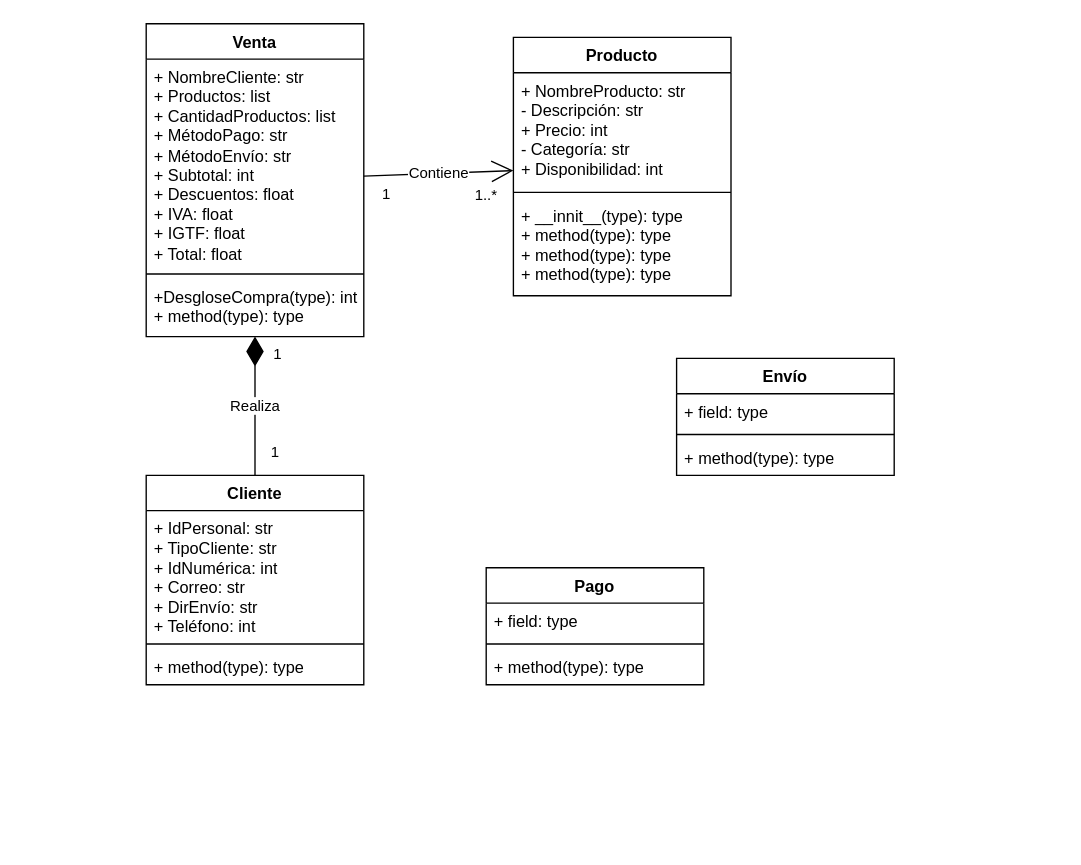
Miguiiii/Clases-AyP keeps this draw.io diagram as Proyecto/ProyectoAyP.drawio. Above is the earlier version. Source tidied: cells renumbered, new cells numbered last; positions are measured from the earlier drawing's top-left corner, leaving out a move shared by most shapes. Both pictures are drawn from the tidied source at 136%, with x=0, y=0 at pixel (146, 23).
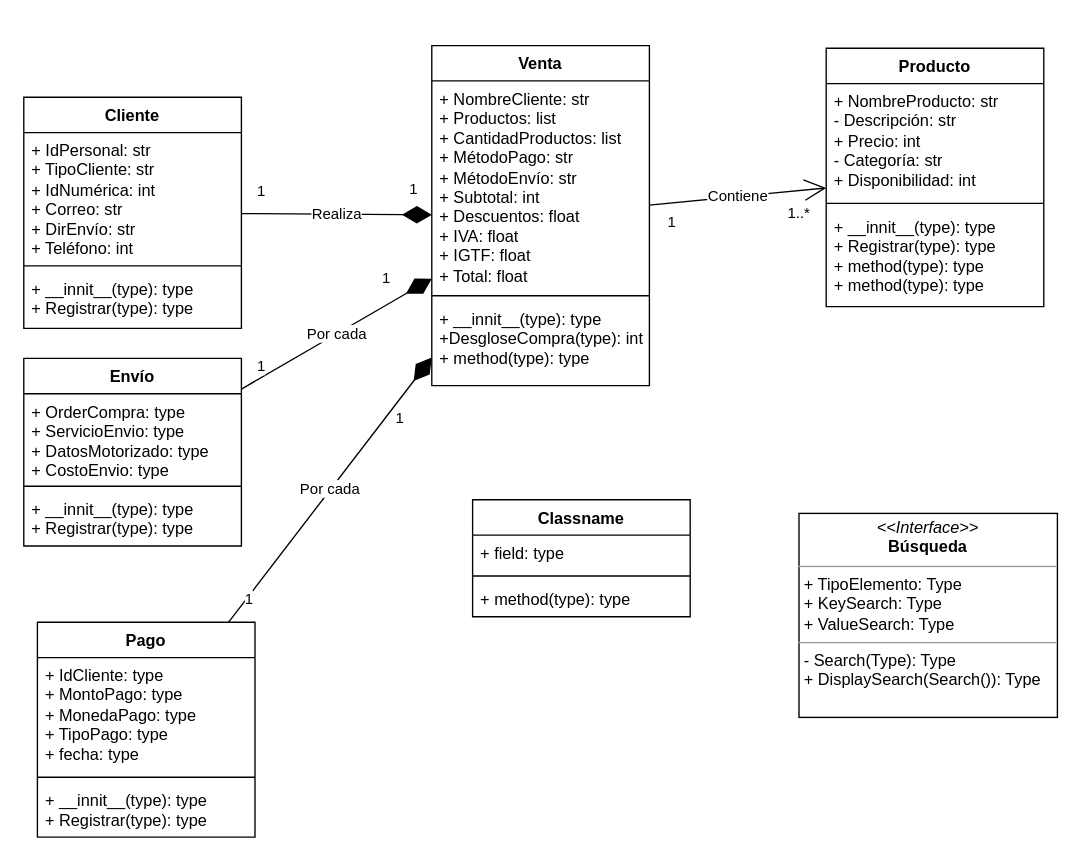
After the change.

The change refers to these unchanged cells:
```xml
<mxCell id="22" value="Contiene" style="endArrow=none;html=1;endSize=12;startArrow=open;startSize=14;startFill=0;rounded=0;endFill=0;" parent="1" edge="1" source="2" target="10">
  <mxGeometry relative="1" as="geometry" />
</mxCell>
<mxCell id="25" value="Realiza" style="endArrow=diamondThin;html=1;endSize=19;startArrow=none;startSize=14;startFill=0;rounded=0;endFill=1;" parent="1" edge="1" source="6" target="10">
  <mxGeometry relative="1" as="geometry" />
</mxCell>
```

What changed in the source:
```diff
@@
-    <mxCell id="2" value="Producto" style="swimlane;fontStyle=1;align=center;verticalAlign=top;horizontal=1;startSize=26;whiteSpace=wrap;html=1;" parent="1" vertex="1">
-      <mxGeometry x="270" y="10" width="160" height="190" as="geometry" />
+    <mxCell id="2" value="Producto" style="swimlane;fontStyle=1;align=center;verticalAlign=top;horizontal=1;startSize=26;whiteSpace=wrap;html=1;rounded=0;" parent="1" vertex="1">
+      <mxGeometry x="500" y="18" width="160" height="190" as="geometry" />
     </mxCell>
-    <mxCell id="3" value="+ NombreProducto: str&lt;br&gt;- Descripción: str&lt;br&gt;+ Precio: int&lt;br&gt;- Categoría: str&lt;br&gt;+ Disponibilidad: int" style="text;strokeColor=none;fillColor=none;align=left;verticalAlign=top;spacingLeft=4;spacingRight=4;overflow=hidden;whiteSpace=wrap;html=1;" parent="2" vertex="1">
+    <mxCell id="3" value="+ NombreProducto: str&lt;br&gt;- Descripción: str&lt;br&gt;+ Precio: int&lt;br&gt;- Categoría: str&lt;br&gt;+ Disponibilidad: int" style="text;strokeColor=none;fillColor=none;align=left;verticalAlign=top;spacingLeft=4;spacingRight=4;overflow=hidden;whiteSpace=wrap;html=1;rounded=0;" parent="2" vertex="1">
       <mxGeometry y="26" width="160" height="84" as="geometry" />
     </mxCell>
-    <mxCell id="4" style="line;strokeWidth=1;fillColor=none;align=left;verticalAlign=middle;spacingTop=-1;spacingLeft=3;spacingRight=3;labelPosition=right;strokeColor=inherit;" parent="2" vertex="1">
+    <mxCell id="4" style="line;strokeWidth=1;fillColor=none;align=left;verticalAlign=middle;spacingTop=-1;spacingLeft=3;spacingRight=3;labelPosition=right;strokeColor=inherit;rounded=0;" parent="2" vertex="1">
       <mxGeometry y="110" width="160" height="8" as="geometry" />
     </mxCell>
-    <mxCell id="5" value="+ __innit__(type): type&lt;br&gt;+ method(type): type&lt;br&gt;+ method(type): type&lt;br&gt;+ method(type): type" style="text;strokeColor=none;fillColor=none;align=left;verticalAlign=top;spacingLeft=4;spacingRight=4;overflow=hidden;whiteSpace=wrap;html=1;" parent="2" vertex="1">
+    <mxCell id="5" value="+ __innit__(type): type&lt;br&gt;+ Registrar(type): type&lt;br&gt;+ method(type): type&lt;br&gt;+ method(type): type" style="text;strokeColor=none;fillColor=none;align=left;verticalAlign=top;spacingLeft=4;spacingRight=4;overflow=hidden;whiteSpace=wrap;html=1;rounded=0;" parent="2" vertex="1">
       <mxGeometry y="118" width="160" height="72" as="geometry" />
     </mxCell>
-    <mxCell id="6" value="Cliente" style="swimlane;fontStyle=1;align=center;verticalAlign=top;horizontal=1;startSize=26;whiteSpace=wrap;html=1;" parent="1" vertex="1">
-      <mxGeometry y="332" width="160" height="154" as="geometry" />
+    <mxCell id="6" value="Cliente" style="swimlane;fontStyle=1;align=center;verticalAlign=top;horizontal=1;startSize=26;whiteSpace=wrap;html=1;rounded=0;" parent="1" vertex="1">
+      <mxGeometry x="-90" y="54" width="160" height="170" as="geometry" />
     </mxCell>
-    <mxCell id="7" value="+ IdPersonal: str&lt;br&gt;+ TipoCliente: str&lt;br&gt;+ IdNumérica: int&lt;br&gt;+ Correo: str&lt;br&gt;+ DirEnvío: str&lt;br&gt;+ Teléfono: int" style="text;strokeColor=none;fillColor=none;align=left;verticalAlign=top;spacingLeft=4;spacingRight=4;overflow=hidden;whiteSpace=wrap;html=1;" parent="6" vertex="1">
+    <mxCell id="7" value="+ IdPersonal: str&lt;br&gt;+ TipoCliente: str&lt;br&gt;+ IdNumérica: int&lt;br&gt;+ Correo: str&lt;br&gt;+ DirEnvío: str&lt;br&gt;+ Teléfono: int" style="text;strokeColor=none;fillColor=none;align=left;verticalAlign=top;spacingLeft=4;spacingRight=4;overflow=hidden;whiteSpace=wrap;html=1;rounded=0;" parent="6" vertex="1">
       <mxGeometry y="26" width="160" height="94" as="geometry" />
     </mxCell>
-    <mxCell id="8" style="line;strokeWidth=1;fillColor=none;align=left;verticalAlign=middle;spacingTop=-1;spacingLeft=3;spacingRight=3;labelPosition=right;strokeColor=inherit;" parent="6" vertex="1">
+    <mxCell id="8" style="line;strokeWidth=1;fillColor=none;align=left;verticalAlign=middle;spacingTop=-1;spacingLeft=3;spacingRight=3;labelPosition=right;strokeColor=inherit;rounded=0;" parent="6" vertex="1">
       <mxGeometry y="120" width="160" height="8" as="geometry" />
     </mxCell>
-    <mxCell id="9" value="+ method(type): type" style="text;strokeColor=none;fillColor=none;align=left;verticalAlign=top;spacingLeft=4;spacingRight=4;overflow=hidden;whiteSpace=wrap;html=1;" parent="6" vertex="1">
-      <mxGeometry y="128" width="160" height="26" as="geometry" />
+    <mxCell id="9" value="+ __innit__(type): type&lt;br style=&quot;border-color: var(--border-color);&quot;&gt;+ Registrar(type): type" style="text;strokeColor=none;fillColor=none;align=left;verticalAlign=top;spacingLeft=4;spacingRight=4;overflow=hidden;whiteSpace=wrap;html=1;rounded=0;" parent="6" vertex="1">
+      <mxGeometry y="128" width="160" height="42" as="geometry" />
     </mxCell>
-    <mxCell id="10" value="Venta" style="swimlane;fontStyle=1;align=center;verticalAlign=top;horizontal=1;startSize=26;whiteSpace=wrap;html=1;" parent="1" vertex="1">
-      <mxGeometry width="160" height="230" as="geometry" />
+    <mxCell id="10" value="Venta" style="swimlane;fontStyle=1;align=center;verticalAlign=top;horizontal=1;startSize=26;whiteSpace=wrap;html=1;rounded=0;" parent="1" vertex="1">
+      <mxGeometry x="210" y="16" width="160" height="250" as="geometry" />
     </mxCell>
-    <mxCell id="11" value="+ NombreCliente: str&lt;br&gt;+ Productos: list&lt;br&gt;+ CantidadProductos: list&lt;br&gt;+ MétodoPago: str&lt;br&gt;+ MétodoEnvío: str&lt;br&gt;+ Subtotal: int&lt;br&gt;+ Descuentos: float&lt;br&gt;+ IVA: float&lt;br&gt;+ IGTF: float&lt;br&gt;+ Total: float" style="text;strokeColor=none;fillColor=none;align=left;verticalAlign=top;spacingLeft=4;spacingRight=4;overflow=hidden;whiteSpace=wrap;html=1;" parent="10" vertex="1">
+    <mxCell id="11" value="+ NombreCliente: str&lt;br&gt;+ Productos: list&lt;br&gt;+ CantidadProductos: list&lt;br&gt;+ MétodoPago: str&lt;br&gt;+ MétodoEnvío: str&lt;br&gt;+ Subtotal: int&lt;br&gt;+ Descuentos: float&lt;br&gt;+ IVA: float&lt;br&gt;+ IGTF: float&lt;br&gt;+ Total: float" style="text;strokeColor=none;fillColor=none;align=left;verticalAlign=top;spacingLeft=4;spacingRight=4;overflow=hidden;whiteSpace=wrap;html=1;rounded=0;" parent="10" vertex="1">
       <mxGeometry y="26" width="160" height="154" as="geometry" />
     </mxCell>
-    <mxCell id="12" style="line;strokeWidth=1;fillColor=none;align=left;verticalAlign=middle;spacingTop=-1;spacingLeft=3;spacingRight=3;labelPosition=right;strokeColor=inherit;" parent="10" vertex="1">
+    <mxCell id="12" style="line;strokeWidth=1;fillColor=none;align=left;verticalAlign=middle;spacingTop=-1;spacingLeft=3;spacingRight=3;labelPosition=right;strokeColor=inherit;rounded=0;" parent="10" vertex="1">
       <mxGeometry y="180" width="160" height="8" as="geometry" />
     </mxCell>
-    <mxCell id="13" value="+DesgloseCompra(type): int&lt;br&gt;+ method(type): type" style="text;strokeColor=none;fillColor=none;align=left;verticalAlign=top;spacingLeft=4;spacingRight=4;overflow=hidden;whiteSpace=wrap;html=1;" parent="10" vertex="1">
-      <mxGeometry y="188" width="160" height="42" as="geometry" />
+    <mxCell id="13" value="+ __innit__(type): type&lt;br style=&quot;border-color: var(--border-color);&quot;&gt;+DesgloseCompra(type): int&lt;br&gt;+ method(type): type" style="text;strokeColor=none;fillColor=none;align=left;verticalAlign=top;spacingLeft=4;spacingRight=4;overflow=hidden;whiteSpace=wrap;html=1;rounded=0;" parent="10" vertex="1">
+      <mxGeometry y="188" width="160" height="62" as="geometry" />
     </mxCell>
-    <mxCell id="14" value="Pago" style="swimlane;fontStyle=1;align=center;verticalAlign=top;horizontal=1;startSize=26;whiteSpace=wrap;html=1;" parent="1" vertex="1">
-      <mxGeometry x="250" y="400" width="160" height="86" as="geometry" />
+    <mxCell id="14" value="Pago" style="swimlane;fontStyle=1;align=center;verticalAlign=top;horizontal=1;startSize=26;whiteSpace=wrap;html=1;rounded=0;" parent="1" vertex="1">
+      <mxGeometry x="-80" y="440" width="160" height="158" as="geometry" />
     </mxCell>
-    <mxCell id="15" value="+ field: type" style="text;strokeColor=none;fillColor=none;align=left;verticalAlign=top;spacingLeft=4;spacingRight=4;overflow=hidden;whiteSpace=wrap;html=1;" parent="14" vertex="1">
-      <mxGeometry y="26" width="160" height="26" as="geometry" />
+    <mxCell id="15" value="+ IdCliente: type&lt;br&gt;+ MontoPago: type&lt;br&gt;+ MonedaPago: type&lt;br&gt;+ TipoPago: type&lt;br&gt;+ fecha: type" style="text;strokeColor=none;fillColor=none;align=left;verticalAlign=top;spacingLeft=4;spacingRight=4;overflow=hidden;whiteSpace=wrap;html=1;rounded=0;" parent="14" vertex="1">
+      <mxGeometry y="26" width="160" height="84" as="geometry" />
     </mxCell>
-    <mxCell id="16" style="line;strokeWidth=1;fillColor=none;align=left;verticalAlign=middle;spacingTop=-1;spacingLeft=3;spacingRight=3;labelPosition=right;strokeColor=inherit;" parent="14" vertex="1">
-      <mxGeometry y="52" width="160" height="8" as="geometry" />
+    <mxCell id="16" style="line;strokeWidth=1;fillColor=none;align=left;verticalAlign=middle;spacingTop=-1;spacingLeft=3;spacingRight=3;labelPosition=right;strokeColor=inherit;rounded=0;" parent="14" vertex="1">
+      <mxGeometry y="110" width="160" height="8" as="geometry" />
     </mxCell>
-    <mxCell id="17" value="+ method(type): type" style="text;strokeColor=none;fillColor=none;align=left;verticalAlign=top;spacingLeft=4;spacingRight=4;overflow=hidden;whiteSpace=wrap;html=1;" parent="14" vertex="1">
-      <mxGeometry y="60" width="160" height="26" as="geometry" />
+    <mxCell id="17" value="+ __innit__(type): type&lt;br style=&quot;border-color: var(--border-color);&quot;&gt;+ Registrar(type): type" style="text;strokeColor=none;fillColor=none;align=left;verticalAlign=top;spacingLeft=4;spacingRight=4;overflow=hidden;whiteSpace=wrap;html=1;rounded=0;" parent="14" vertex="1">
+      <mxGeometry y="118" width="160" height="40" as="geometry" />
     </mxCell>
-    <mxCell id="18" value="Envío" style="swimlane;fontStyle=1;align=center;verticalAlign=top;horizontal=1;startSize=26;whiteSpace=wrap;html=1;" parent="1" vertex="1">
-      <mxGeometry x="390" y="246" width="160" height="86" as="geometry" />
+    <mxCell id="18" value="Envío" style="swimlane;fontStyle=1;align=center;verticalAlign=top;horizontal=1;startSize=26;whiteSpace=wrap;html=1;rounded=0;" parent="1" vertex="1">
+      <mxGeometry x="-90" y="246" width="160" height="138" as="geometry" />
     </mxCell>
-    <mxCell id="19" value="+ field: type" style="text;strokeColor=none;fillColor=none;align=left;verticalAlign=top;spacingLeft=4;spacingRight=4;overflow=hidden;whiteSpace=wrap;html=1;" parent="18" vertex="1">
-      <mxGeometry y="26" width="160" height="26" as="geometry" />
+    <mxCell id="19" value="+ OrderCompra: type&lt;br&gt;+ ServicioEnvio: type&lt;br&gt;+ DatosMotorizado: type&lt;br&gt;+ CostoEnvio: type" style="text;strokeColor=none;fillColor=none;align=left;verticalAlign=top;spacingLeft=4;spacingRight=4;overflow=hidden;whiteSpace=wrap;html=1;rounded=0;" parent="18" vertex="1">
+      <mxGeometry y="26" width="160" height="64" as="geometry" />
     </mxCell>
-    <mxCell id="20" style="line;strokeWidth=1;fillColor=none;align=left;verticalAlign=middle;spacingTop=-1;spacingLeft=3;spacingRight=3;labelPosition=right;strokeColor=inherit;" parent="18" vertex="1">
-      <mxGeometry y="52" width="160" height="8" as="geometry" />
+    <mxCell id="20" style="line;strokeWidth=1;fillColor=none;align=left;verticalAlign=middle;spacingTop=-1;spacingLeft=3;spacingRight=3;labelPosition=right;strokeColor=inherit;rounded=0;" parent="18" vertex="1">
+      <mxGeometry y="90" width="160" height="8" as="geometry" />
     </mxCell>
-    <mxCell id="21" value="+ method(type): type" style="text;strokeColor=none;fillColor=none;align=left;verticalAlign=top;spacingLeft=4;spacingRight=4;overflow=hidden;whiteSpace=wrap;html=1;" parent="18" vertex="1">
-      <mxGeometry y="60" width="160" height="26" as="geometry" />
+    <mxCell id="21" value="+ __innit__(type): type&lt;br style=&quot;border-color: var(--border-color);&quot;&gt;+ Registrar(type): type" style="text;strokeColor=none;fillColor=none;align=left;verticalAlign=top;spacingLeft=4;spacingRight=4;overflow=hidden;whiteSpace=wrap;html=1;rounded=0;" parent="18" vertex="1">
+      <mxGeometry y="98" width="160" height="40" as="geometry" />
     </mxCell>
@@
-    <mxCell id="23" value="1..*" style="edgeLabel;html=1;align=left;verticalAlign=top;" parent="22" vertex="1">
+    <mxCell id="23" value="1..*" style="edgeLabel;html=1;align=left;verticalAlign=top;rounded=0;" parent="22" vertex="1">
       <mxGeometry x="-1" relative="1" as="geometry">
         <mxPoint x="-30" y="5" as="offset" />
       </mxGeometry>
     </mxCell>
-    <mxCell id="24" value="1" style="edgeLabel;html=1;align=right;verticalAlign=top;" parent="22" vertex="1">
+    <mxCell id="24" value="1" style="edgeLabel;html=1;align=right;verticalAlign=top;rounded=0;" parent="22" vertex="1">
       <mxGeometry x="1" relative="1" as="geometry">
         <mxPoint x="20" as="offset" />
       </mxGeometry>
     </mxCell>
@@
-    <mxCell id="26" value="1" style="edgeLabel;html=1;align=left;verticalAlign=top;" parent="25" vertex="1">
+    <mxCell id="26" value="1" style="edgeLabel;html=1;align=left;verticalAlign=top;rounded=0;" parent="25" vertex="1">
       <mxGeometry x="-1" relative="1" as="geometry">
         <mxPoint x="10" y="-30" as="offset" />
       </mxGeometry>
     </mxCell>
-    <mxCell id="27" value="1" style="edgeLabel;html=1;align=right;verticalAlign=top;" parent="25" vertex="1">
+    <mxCell id="27" value="1" style="edgeLabel;html=1;align=right;verticalAlign=top;rounded=0;" parent="25" vertex="1">
       <mxGeometry x="1" relative="1" as="geometry">
-        <mxPoint x="20" as="offset" />
+        <mxPoint x="-10" y="-31" as="offset" />
       </mxGeometry>
     </mxCell>
+    <mxCell id="28" value="Por cada" style="endArrow=diamondThin;html=1;endSize=19;startArrow=none;startSize=14;startFill=0;rounded=0;endFill=1;" parent="1" edge="1" source="14" target="10">
+      <mxGeometry relative="1" as="geometry" />
+    </mxCell>
+    <mxCell id="29" value="1" style="edgeLabel;html=1;align=left;verticalAlign=top;rounded=0;" parent="28" vertex="1">
+      <mxGeometry x="-1" relative="1" as="geometry">
+        <mxPoint x="10" y="-30" as="offset" />
+      </mxGeometry>
+    </mxCell>
+    <mxCell id="30" value="1" style="edgeLabel;html=1;align=right;verticalAlign=top;rounded=0;" parent="28" vertex="1">
+      <mxGeometry x="1" relative="1" as="geometry">
+        <mxPoint x="-20" y="31" as="offset" />
+      </mxGeometry>
+    </mxCell>
+    <mxCell id="31" value="Por cada" style="endArrow=diamondThin;html=1;endSize=19;startArrow=none;startSize=14;startFill=0;rounded=0;endFill=1;" parent="1" edge="1" source="18" target="10">
+      <mxGeometry relative="1" as="geometry" />
+    </mxCell>
+    <mxCell id="32" value="1" style="edgeLabel;html=1;align=left;verticalAlign=top;rounded=0;" parent="31" vertex="1">
+      <mxGeometry x="-1" relative="1" as="geometry">
+        <mxPoint x="10" y="-30" as="offset" />
+      </mxGeometry>
+    </mxCell>
+    <mxCell id="33" value="1" style="edgeLabel;html=1;align=right;verticalAlign=top;rounded=0;" parent="31" vertex="1">
+      <mxGeometry x="1" relative="1" as="geometry">
+        <mxPoint x="-30" y="-13" as="offset" />
+      </mxGeometry>
+    </mxCell>
+    <mxCell id="34" value="&lt;p style=&quot;margin:0px;margin-top:4px;text-align:center;&quot;&gt;&lt;i&gt;&amp;lt;&amp;lt;Interface&amp;gt;&amp;gt;&lt;/i&gt;&lt;br&gt;&lt;b&gt;Búsqueda&lt;/b&gt;&lt;/p&gt;&lt;hr size=&quot;1&quot;&gt;&lt;p style=&quot;margin:0px;margin-left:4px;&quot;&gt;+ TipoElemento: Type&lt;br&gt;+ KeySearch: Type&lt;/p&gt;&lt;p style=&quot;margin:0px;margin-left:4px;&quot;&gt;+ ValueSearch: Type&lt;/p&gt;&lt;hr size=&quot;1&quot;&gt;&lt;p style=&quot;margin:0px;margin-left:4px;&quot;&gt;- Search(Type): Type&lt;br&gt;+ DisplaySearch(Search()): Type&lt;/p&gt;" style="verticalAlign=top;align=left;overflow=fill;fontSize=12;fontFamily=Helvetica;html=1;whiteSpace=wrap;" parent="1" vertex="1">
+      <mxGeometry x="480" y="360" width="190" height="150" as="geometry" />
+    </mxCell>
+    <mxCell id="35" value="Classname" style="swimlane;fontStyle=1;align=center;verticalAlign=top;horizontal=1;startSize=26;whiteSpace=wrap;html=1;" parent="1" vertex="1">
+      <mxGeometry x="240" y="350" width="160" height="86" as="geometry" />
+    </mxCell>
+    <mxCell id="36" value="+ field: type" style="text;strokeColor=none;fillColor=none;align=left;verticalAlign=top;spacingLeft=4;spacingRight=4;overflow=hidden;whiteSpace=wrap;html=1;" parent="35" vertex="1">
+      <mxGeometry y="26" width="160" height="26" as="geometry" />
+    </mxCell>
+    <mxCell id="37" style="line;strokeWidth=1;fillColor=none;align=left;verticalAlign=middle;spacingTop=-1;spacingLeft=3;spacingRight=3;labelPosition=right;strokeColor=inherit;" parent="35" vertex="1">
+      <mxGeometry y="52" width="160" height="8" as="geometry" />
+    </mxCell>
+    <mxCell id="38" value="+ method(type): type" style="text;strokeColor=none;fillColor=none;align=left;verticalAlign=top;spacingLeft=4;spacingRight=4;overflow=hidden;whiteSpace=wrap;html=1;" parent="35" vertex="1">
+      <mxGeometry y="60" width="160" height="26" as="geometry" />
+    </mxCell>
```
